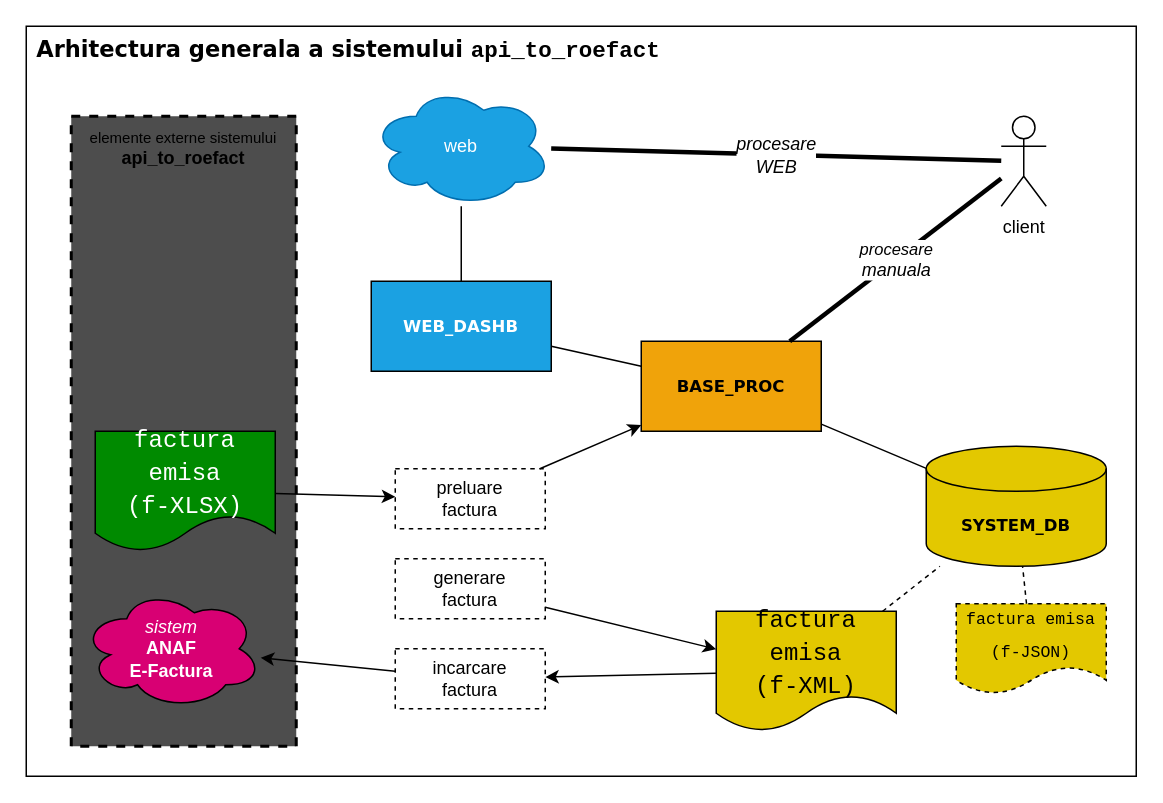
The draw.io diagram docs/pictures/api_to_roefact_architecture.drawio in petre-renware/api_to_roefact, before the edit. Source tidied: cells renumbered, new cells numbered last; positions are measured from the earlier drawing's top-left corner, leaving out a move shared by most shapes. Both pictures are drawn from the tidied source at 150%, with x=0, y=0 at pixel (26, 26).
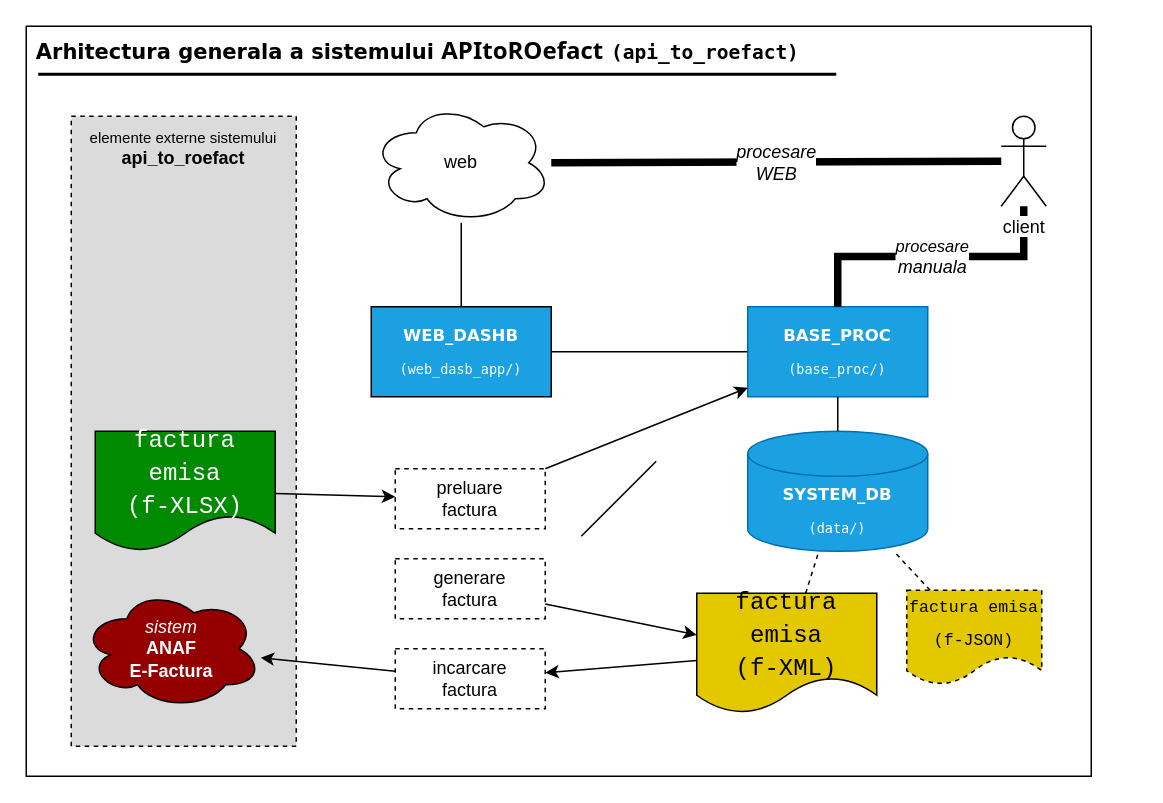
After the change.

The edit, as a diff of the source:
```diff
@@
-    <mxCell id="2" style="group;fillColor=#ffffff;fontColor=#000000;" parent="1" vertex="1">
-      <mxGeometry width="740" height="500" as="geometry" />
-    </mxCell>
-    <mxCell id="3" value="&lt;font color=&quot;#000000&quot;&gt;&amp;nbsp;Arhitectura generala a sistemului&amp;nbsp;&lt;font face=&quot;Courier New&quot; style=&quot;font-size: 15px;&quot;&gt;api_to_roefact&lt;/font&gt;&lt;/font&gt;" style="rounded=0;whiteSpace=wrap;html=1;fillColor=#ffffff;align=left;verticalAlign=top;fontFamily=Verdana;fontSize=15;fontStyle=1;strokeColor=#000000;" parent="1" vertex="1">
-      <mxGeometry width="740" height="500" as="geometry" />
+    <mxCell id="3" value="&lt;font style=&quot;font-size: 14px;&quot;&gt;&amp;nbsp;Arhitectura generala a sistemului&amp;nbsp;&lt;/font&gt;&lt;font style=&quot;font-size: 16px;&quot; face=&quot;Tahoma&quot;&gt;APItoROefact&lt;/font&gt;&lt;span style=&quot;background-color: initial;&quot;&gt;&amp;nbsp;&lt;/span&gt;&lt;font face=&quot;Lucida Console&quot; style=&quot;background-color: initial; font-size: 13px;&quot;&gt;(api_to_roefact)&lt;/font&gt;" style="rounded=0;whiteSpace=wrap;html=1;fillColor=#ffffff;align=left;verticalAlign=top;fontFamily=Verdana;fontSize=15;fontStyle=1;strokeColor=#000000;fontColor=#000000;" parent="1" vertex="1">
+      <mxGeometry width="710" height="500" as="geometry" />
     </mxCell>
-    <mxCell id="4" value="&lt;font style=&quot;font-size: 10px;&quot;&gt;elemente externe sistemului&lt;/font&gt;&lt;br&gt;&lt;b&gt;&lt;font style=&quot;font-size: 12px;&quot;&gt;api_to_roefact&lt;/font&gt;&lt;/b&gt;" style="rounded=0;whiteSpace=wrap;html=1;verticalAlign=top;dashed=1;strokeWidth=2;fillColor=#4D4D4D;fontColor=default;" parent="1" vertex="1">
+    <mxCell id="4" value="&lt;font style=&quot;font-size: 10px;&quot;&gt;elemente externe sistemului&lt;/font&gt;&lt;br&gt;&lt;b&gt;&lt;font style=&quot;font-size: 12px;&quot;&gt;api_to_roefact&lt;/font&gt;&lt;/b&gt;" style="rounded=0;whiteSpace=wrap;html=1;verticalAlign=top;dashed=1;strokeWidth=1;fillColor=#DBDBDB;fontColor=#000000;strokeColor=#000000;" parent="1" vertex="1">
       <mxGeometry x="30" y="60" width="150" height="420" as="geometry" />
     </mxCell>
-    <mxCell id="5" value="&lt;div style=&quot;font-size: 11px; line-height: 22px;&quot;&gt;&lt;div style=&quot;line-height: 22px; font-size: 11px;&quot;&gt;BASE_PROC&lt;/div&gt;&lt;/div&gt;" style="rounded=0;whiteSpace=wrap;html=1;fontFamily=Verdana;fontSize=11;fontStyle=1;fillColor=#f0a30a;fontColor=#000000;strokeColor=#000000;labelBackgroundColor=none;" parent="1" vertex="1">
-      <mxGeometry x="410" y="210" width="120" height="60" as="geometry" />
+    <mxCell id="5" value="&lt;div style=&quot;line-height: 22px;&quot;&gt;&lt;div style=&quot;font-size: 11px; line-height: 22px;&quot;&gt;BASE_PROC&lt;/div&gt;&lt;div style=&quot;line-height: 22px;&quot;&gt;&lt;span style=&quot;font-weight: normal;&quot;&gt;&lt;font style=&quot;font-size: 9px;&quot; face=&quot;Lucida Console&quot;&gt;(base_proc/)&lt;/font&gt;&lt;/span&gt;&lt;br&gt;&lt;/div&gt;&lt;/div&gt;" style="rounded=0;whiteSpace=wrap;html=1;fontFamily=Verdana;fontSize=11;fontStyle=1;fillColor=#1ba1e2;fontColor=#ffffff;strokeColor=#006EAF;labelBackgroundColor=none;" parent="1" vertex="1">
+      <mxGeometry x="481" y="187" width="120" height="60" as="geometry" />
     </mxCell>
-    <mxCell id="6" value="&lt;div style=&quot;color: rgb(255, 255, 255); font-size: 11px; line-height: 22px;&quot;&gt;&lt;div style=&quot;line-height: 22px; font-size: 11px;&quot;&gt;&lt;div style=&quot;line-height: 22px; font-size: 11px;&quot;&gt;WEB_DASHB&lt;/div&gt;&lt;/div&gt;&lt;/div&gt;" style="rounded=0;whiteSpace=wrap;html=1;fontFamily=Verdana;fontStyle=1;fontSize=11;fillColor=#1ba1e2;fontColor=#ffffff;strokeColor=#000000;labelBackgroundColor=none;" parent="1" vertex="1">
-      <mxGeometry x="230" y="170" width="120" height="60" as="geometry" />
+    <mxCell id="6" value="&lt;div style=&quot;color: rgb(255, 255, 255); line-height: 22px;&quot;&gt;&lt;div style=&quot;line-height: 22px;&quot;&gt;&lt;div style=&quot;font-size: 11px; line-height: 22px;&quot;&gt;WEB_DASHB&lt;/div&gt;&lt;div style=&quot;line-height: 22px;&quot;&gt;&lt;font style=&quot;font-weight: normal; font-size: 9px;&quot; face=&quot;Lucida Console&quot;&gt;(web_dasb_app/)&lt;/font&gt;&lt;/div&gt;&lt;/div&gt;&lt;/div&gt;" style="rounded=0;whiteSpace=wrap;html=1;fontFamily=Verdana;fontStyle=1;fontSize=11;fillColor=#1ba1e2;fontColor=#ffffff;strokeColor=#000000;labelBackgroundColor=none;" parent="1" vertex="1">
+      <mxGeometry x="230" y="187" width="120" height="60" as="geometry" />
     </mxCell>
-    <mxCell id="7" value="&lt;div style=&quot;font-size: 11px; line-height: 22px;&quot;&gt;&lt;div style=&quot;line-height: 22px; font-size: 11px;&quot;&gt;SYSTEM_DB&lt;/div&gt;&lt;/div&gt;" style="shape=cylinder3;whiteSpace=wrap;html=1;boundedLbl=1;backgroundOutline=1;size=15;fontFamily=Verdana;fontSize=11;fontStyle=1;strokeColor=#000000;fillColor=#e3c800;fontColor=#000000;labelBackgroundColor=none;" parent="1" vertex="1">
-      <mxGeometry x="600" y="280" width="120" height="80" as="geometry" />
+    <mxCell id="7" value="&lt;div style=&quot;line-height: 22px;&quot;&gt;&lt;div style=&quot;font-size: 11px; line-height: 22px;&quot;&gt;SYSTEM_DB&lt;/div&gt;&lt;div style=&quot;line-height: 22px;&quot;&gt;&lt;font style=&quot;font-size: 9px; font-weight: normal;&quot; face=&quot;Lucida Console&quot;&gt;(data/)&lt;/font&gt;&lt;/div&gt;&lt;/div&gt;" style="shape=cylinder3;whiteSpace=wrap;html=1;boundedLbl=1;backgroundOutline=1;size=15;fontFamily=Verdana;fontSize=11;fontStyle=1;strokeColor=#006EAF;fillColor=#1ba1e2;fontColor=#ffffff;labelBackgroundColor=none;" parent="1" vertex="1">
+      <mxGeometry x="481" y="270" width="120" height="80" as="geometry" />
     </mxCell>
-    <mxCell id="8" value="web" style="ellipse;shape=cloud;whiteSpace=wrap;html=1;fillColor=#1ba1e2;fontColor=#ffffff;strokeColor=#006EAF;" parent="1" vertex="1">
-      <mxGeometry x="230" y="40" width="120" height="80" as="geometry" />
+    <mxCell id="8" value="&lt;font color=&quot;#000000&quot;&gt;web&lt;/font&gt;" style="ellipse;shape=cloud;whiteSpace=wrap;html=1;fillColor=#FFFFFF;fontColor=#ffffff;strokeColor=#000000;" parent="1" vertex="1">
+      <mxGeometry x="230" y="51" width="120" height="80" as="geometry" />
     </mxCell>
-    <mxCell id="9" value="client" style="shape=umlActor;verticalLabelPosition=bottom;verticalAlign=top;html=1;outlineConnect=0;strokeColor=#000000;fontColor=#000000;" parent="1" vertex="1">
-      <mxGeometry x="650" y="60" width="30" height="60" as="geometry" />
-    </mxCell>
@@
     <mxCell id="11" value="&lt;div style=&quot;font-family: Consolas, &amp;quot;Courier New&amp;quot;, monospace; font-size: 16px; line-height: 22px;&quot;&gt;factura emisa&lt;/div&gt;&lt;div style=&quot;font-family: Consolas, &amp;quot;Courier New&amp;quot;, monospace; font-size: 16px; line-height: 22px;&quot;&gt;(f-XML)&lt;br&gt;&lt;/div&gt;" style="shape=document;whiteSpace=wrap;html=1;boundedLbl=1;fillColor=#e3c800;fontColor=#000000;strokeColor=#000000;labelBackgroundColor=none;" parent="1" vertex="1">
-      <mxGeometry x="460" y="390" width="120" height="80" as="geometry" />
+      <mxGeometry x="447" y="378" width="120" height="80" as="geometry" />
     </mxCell>
     <mxCell id="12" value="&lt;div style=&quot;font-family: Consolas, &amp;quot;Courier New&amp;quot;, monospace; font-size: 11px; line-height: 22px;&quot;&gt;factura emisa&lt;/div&gt;&lt;div style=&quot;font-family: Consolas, &amp;quot;Courier New&amp;quot;, monospace; font-size: 11px; line-height: 22px;&quot;&gt;(f-JSON)&lt;br style=&quot;font-size: 11px;&quot;&gt;&lt;/div&gt;" style="shape=document;whiteSpace=wrap;html=1;boundedLbl=1;fontSize=11;dashed=1;fillColor=#e3c800;strokeColor=#000000;fontColor=#000000;labelBackgroundColor=none;" parent="1" vertex="1">
-      <mxGeometry x="620" y="385" width="100" height="60" as="geometry" />
+      <mxGeometry x="587" y="376" width="90" height="63" as="geometry" />
     </mxCell>
@@
-    <mxCell id="14" value="&lt;i&gt;procesare&lt;/i&gt;&lt;br style=&quot;font-size: 12px; font-style: italic;&quot;&gt;&lt;span style=&quot;font-size: 12px; font-style: italic;&quot;&gt;manuala&lt;/span&gt;" style="endArrow=none;html=1;rounded=0;strokeWidth=3;strokeColor=#000000;labelBackgroundColor=#FFFFFF;fontColor=#000000;" parent="1" edge="1" source="5" target="9">
+    <mxCell id="14" value="&lt;i&gt;procesare&lt;/i&gt;&lt;br style=&quot;font-size: 12px; font-style: italic;&quot;&gt;&lt;span style=&quot;font-size: 12px; font-style: italic;&quot;&gt;manuala&lt;/span&gt;" style="endArrow=none;html=1;rounded=0;strokeWidth=5;strokeColor=#000000;labelBackgroundColor=#FFFFFF;fontColor=#000000;edgeStyle=orthogonalEdgeStyle;exitX=0.5;exitY=0;exitDx=0;exitDy=0;" parent="1" edge="1" source="5" target="9">
       <mxGeometry relative="1" as="geometry" />
     </mxCell>
-    <mxCell id="15" value="procesare&lt;br style=&quot;font-size: 12px;&quot;&gt;WEB" style="endArrow=none;html=1;rounded=0;strokeWidth=3;fontSize=12;fontStyle=2;strokeColor=#000000;labelBackgroundColor=#ffffff;fontColor=#000000;" parent="1" edge="1" source="8" target="9">
+    <mxCell id="15" value="procesare&lt;br style=&quot;font-size: 12px;&quot;&gt;WEB" style="endArrow=none;html=1;rounded=0;strokeWidth=5;fontSize=12;fontStyle=2;strokeColor=#000000;labelBackgroundColor=#ffffff;fontColor=#000000;" parent="1" edge="1" source="8" target="9">
       <mxGeometry relative="1" as="geometry" />
     </mxCell>
@@
-    <mxCell id="26" value="&lt;i&gt;sistem&lt;/i&gt;&lt;br&gt;&lt;b&gt;ANAF&lt;br&gt;E-Factura&lt;/b&gt;" style="ellipse;shape=cloud;whiteSpace=wrap;html=1;fillColor=#d80073;fontColor=#ffffff;strokeColor=#000000;" parent="1" vertex="1">
+    <mxCell id="26" value="&lt;i&gt;sistem&lt;/i&gt;&lt;br&gt;&lt;b&gt;ANAF&lt;br&gt;E-Factura&lt;/b&gt;" style="ellipse;shape=cloud;whiteSpace=wrap;html=1;fillColor=#940000;fontColor=#ffffff;strokeColor=#000000;" parent="1" vertex="1">
       <mxGeometry x="37" y="375" width="120" height="80" as="geometry" />
     </mxCell>
@@
+    <mxCell id="29" style="endArrow=none;html=1;rounded=0;" parent="1" edge="1">
+      <mxGeometry relative="1" as="geometry">
+        <mxPoint x="370" y="340" as="sourcePoint" />
+        <mxPoint x="420" y="290" as="targetPoint" />
+      </mxGeometry>
+    </mxCell>
+    <mxCell id="30" style="endArrow=none;html=1;rounded=0;strokeColor=#000000;strokeWidth=2;" parent="1" edge="1">
+      <mxGeometry relative="1" as="geometry">
+        <mxPoint x="8" y="32" as="sourcePoint" />
+        <mxPoint x="540" y="32" as="targetPoint" />
+      </mxGeometry>
+    </mxCell>
+    <mxCell id="9" value="client" style="shape=umlActor;verticalLabelPosition=bottom;verticalAlign=top;html=1;outlineConnect=0;strokeColor=#000000;fontColor=#000000;labelBackgroundColor=#ffffff;" parent="1" vertex="1">
+      <mxGeometry x="650" y="60" width="30" height="60" as="geometry" />
+    </mxCell>
```
